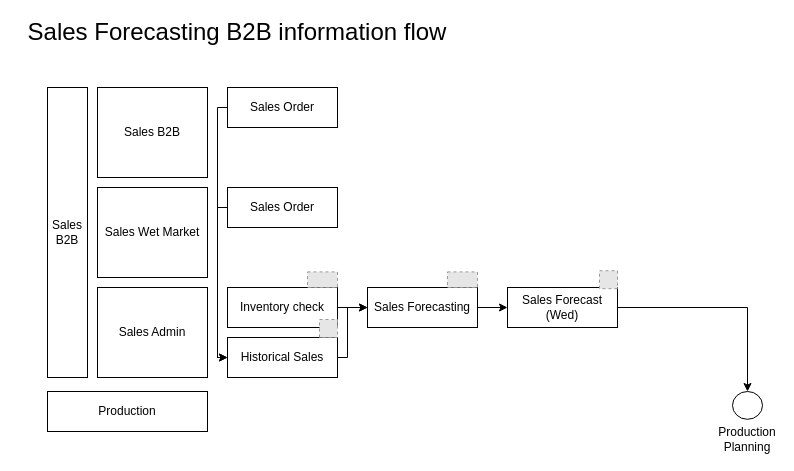
Before: page "Sales Forecasting B2B" (3 of 14) of E2E.drawio in pkppm-dev/Roy-s, a draw.io diagram. Source tidied: cells renumbered, new cells numbered last; positions are measured from the earlier drawing's top-left corner, leaving out a move shared by most shapes. Both pictures are drawn from the tidied source at 100%, with x=0, y=0 at pixel (17, 17). Pictures stored in the file or linked from it are replaced by grey dashed boxes.
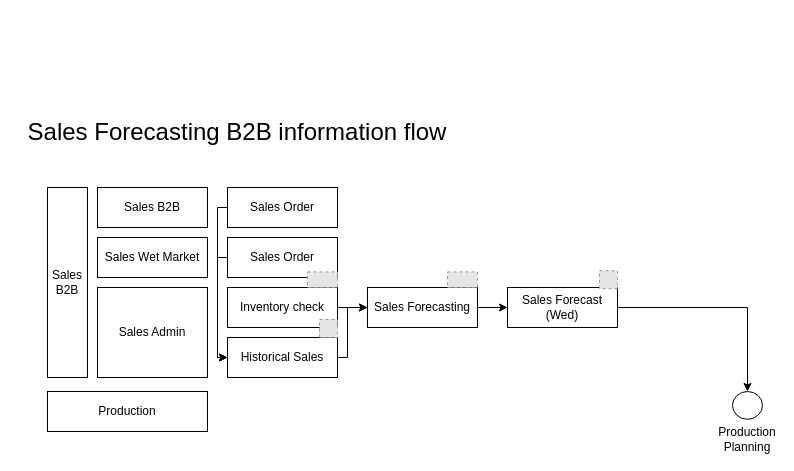
After the change.

Unchanged cells that the change refers to:
```xml
<mxCell id="13" value="Historical Sales" style="whiteSpace=wrap;html=1;rounded=0;" parent="1" vertex="1">
  <mxGeometry x="210" y="320" width="110" height="40" as="geometry" />
</mxCell>
```

Change to the diagram source:
```diff
@@
     <mxCell id="2" value="&lt;font style=&quot;font-size: 24px;&quot;&gt;Sales Forecasting B2B information flow&lt;/font&gt;" style="text;html=1;align=center;verticalAlign=middle;whiteSpace=wrap;rounded=0;" parent="1" vertex="1">
-      <mxGeometry width="440" height="30" as="geometry" />
+      <mxGeometry y="100" width="440" height="30" as="geometry" />
     </mxCell>
     <mxCell id="3" value="Sales B2B" style="whiteSpace=wrap;html=1;rounded=0;" parent="1" vertex="1">
-      <mxGeometry x="30" y="70" width="40" height="290" as="geometry" />
+      <mxGeometry x="30" y="170" width="40" height="190" as="geometry" />
     </mxCell>
     <mxCell id="4" value="Sales B2B" style="whiteSpace=wrap;html=1;rounded=0;" parent="1" vertex="1">
-      <mxGeometry x="80" y="70" width="110" height="90" as="geometry" />
+      <mxGeometry x="80" y="170" width="110" height="40" as="geometry" />
     </mxCell>
     <mxCell id="5" value="Sales Wet Market" style="whiteSpace=wrap;html=1;rounded=0;" parent="1" vertex="1">
-      <mxGeometry x="80" y="170" width="110" height="90" as="geometry" />
+      <mxGeometry x="80" y="220" width="110" height="40" as="geometry" />
     </mxCell>
@@
-    <mxCell id="9" style="fillColor=#E6E6E6;strokeColor=#999999;dashed=1;verticalLabelPosition=bottom;labelBackgroundColor=default;verticalAlign=top;" parent="1" vertex="1">
-      <mxGeometry x="290" y="254.4" width="30" height="15.6" as="geometry" />
-    </mxCell>
@@
-    <mxCell id="19" style="edgeStyle=orthogonalEdgeStyle;rounded=0;jettySize=auto;html=1;entryX=0;entryY=0.5;entryDx=0;entryDy=0;" parent="1" edge="1" source="20" target="13">
+    <mxCell id="19" style="edgeStyle=orthogonalEdgeStyle;shape=connector;rounded=0;jumpStyle=arc;jettySize=auto;html=1;entryX=0;entryY=0.5;entryDx=0;entryDy=0;strokeColor=default;align=center;verticalAlign=middle;fontFamily=Helvetica;fontSize=11;fontColor=default;labelBackgroundColor=default;endArrow=classic;" parent="1" edge="1" source="20" target="13">
       <mxGeometry relative="1" as="geometry">
         <Array as="points">
-          <mxPoint x="200" y="90" />
+          <mxPoint x="200" y="190" />
           <mxPoint x="200" y="340" />
         </Array>
       </mxGeometry>
     </mxCell>
     <mxCell id="20" value="Sales Order" style="whiteSpace=wrap;html=1;rounded=0;" parent="1" vertex="1">
-      <mxGeometry x="210" y="70" width="110" height="40" as="geometry" />
+      <mxGeometry x="210" y="170" width="110" height="40" as="geometry" />
     </mxCell>
-    <mxCell id="21" style="edgeStyle=orthogonalEdgeStyle;rounded=0;jettySize=auto;html=1;entryX=0;entryY=0.5;entryDx=0;entryDy=0;" parent="1" edge="1" source="22" target="13">
+    <mxCell id="21" style="edgeStyle=orthogonalEdgeStyle;shape=connector;rounded=0;jumpStyle=arc;jettySize=auto;html=1;entryX=0;entryY=0.5;entryDx=0;entryDy=0;strokeColor=default;align=center;verticalAlign=middle;fontFamily=Helvetica;fontSize=11;fontColor=default;labelBackgroundColor=default;endArrow=classic;" parent="1" edge="1" source="22" target="13">
       <mxGeometry relative="1" as="geometry">
         <Array as="points">
-          <mxPoint x="200" y="190" />
+          <mxPoint x="200" y="240" />
           <mxPoint x="200" y="340" />
         </Array>
       </mxGeometry>
     </mxCell>
     <mxCell id="22" value="Sales Order" style="whiteSpace=wrap;html=1;rounded=0;" parent="1" vertex="1">
-      <mxGeometry x="210" y="170" width="110" height="40" as="geometry" />
+      <mxGeometry x="210" y="220" width="110" height="40" as="geometry" />
     </mxCell>
@@
+    <mxCell id="9" style="fillColor=#E6E6E6;strokeColor=#999999;dashed=1;verticalLabelPosition=bottom;labelBackgroundColor=default;verticalAlign=top;" parent="1" vertex="1">
+      <mxGeometry x="290" y="254.4" width="30" height="15.6" as="geometry" />
+    </mxCell>
```
